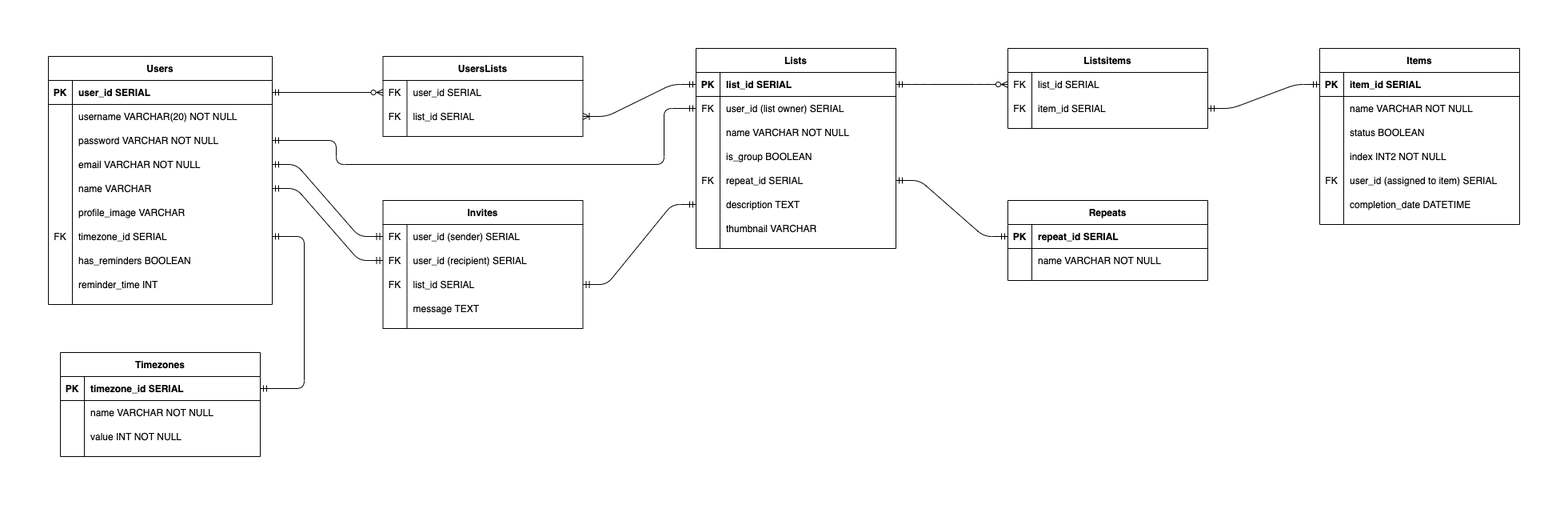
AndrewGregorovic/check_it keeps this draw.io diagram as docs/database/database_schema.png. Above is the earlier version. Source tidied: cells renumbered, new cells last; positions are measured from the earlier drawing's top-left corner, leaving out a move shared by most shapes.
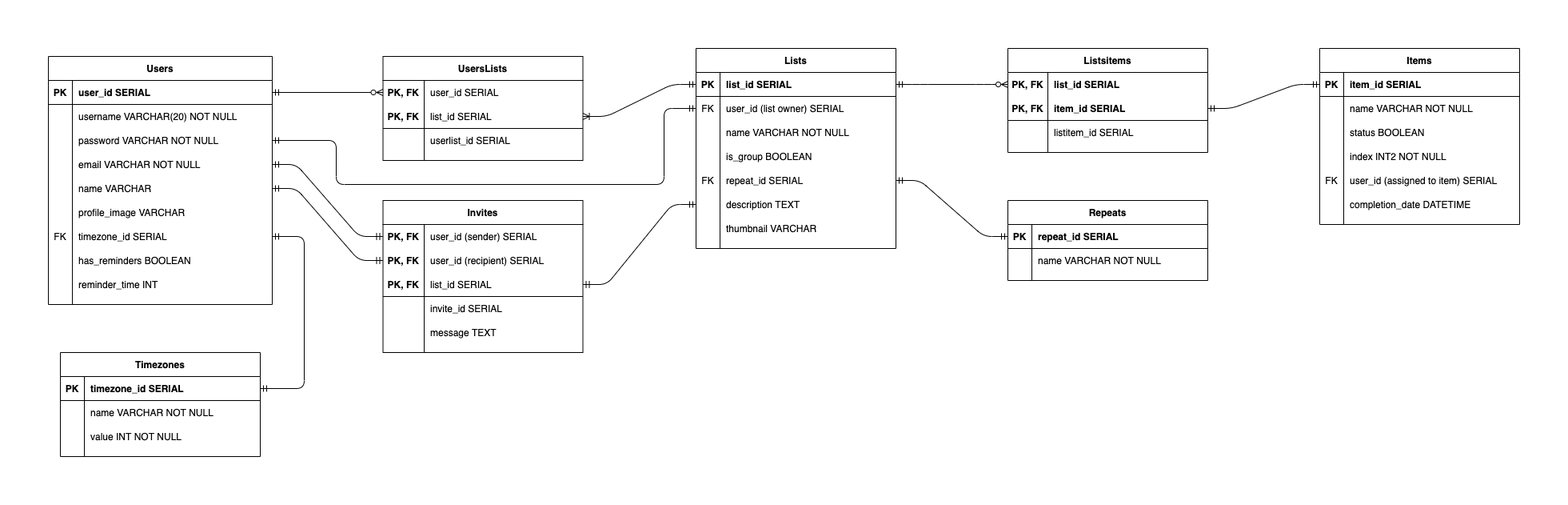
After the change.

Commit message:
Missed some things in schema image, fully updated swagger docs to reflect changes.

Diff of the diagram source:
```diff
@@ -69,26 +69,35 @@
       <mxGeometry x="30" width="220" height="30" as="geometry" />
     </mxCell>
     <mxCell id="24" value="Listsitems" style="shape=table;startSize=30;rowLines=0;fontStyle=1;align=center;" parent="1" vertex="1">
-      <mxGeometry x="1200" width="250" height="100" as="geometry" />
+      <mxGeometry x="1200" width="250" height="130" as="geometry" />
     </mxCell>
     <mxCell id="25" style="shape=partialRectangle;fillColor=none;points=[[0,0.5],[1,0.5]];portConstraint=eastwest;top=0;left=0;right=0;bottom=0;" parent="24" vertex="1">
       <mxGeometry y="30" width="250" height="30" as="geometry" />
     </mxCell>
-    <mxCell id="26" value="FK" style="shape=partialRectangle;overflow=hidden;fillColor=none;top=0;left=0;bottom=0;right=0;" parent="25" vertex="1">
-      <mxGeometry width="30" height="30" as="geometry" />
+    <mxCell id="26" value="PK, FK" style="shape=partialRectangle;overflow=hidden;fillColor=none;top=0;left=0;bottom=0;right=0;fontStyle=1;" parent="25" vertex="1">
+      <mxGeometry width="50" height="30" as="geometry" />
     </mxCell>
-    <mxCell id="27" value="list_id SERIAL" style="shape=partialRectangle;overflow=hidden;fillColor=none;top=0;left=0;bottom=0;right=0;align=left;spacingLeft=6;" parent="25" vertex="1">
-      <mxGeometry x="30" width="220" height="30" as="geometry" />
+    <mxCell id="27" value="list_id SERIAL" style="shape=partialRectangle;overflow=hidden;fillColor=none;top=0;left=0;bottom=0;right=0;align=left;spacingLeft=6;fontStyle=1;" parent="25" vertex="1">
+      <mxGeometry x="50" width="200" height="30" as="geometry" />
     </mxCell>
     <mxCell id="28" style="shape=partialRectangle;fillColor=none;points=[[0,0.5],[1,0.5]];portConstraint=eastwest;top=0;left=0;right=0;bottom=0;" parent="24" vertex="1">
       <mxGeometry y="60" width="250" height="30" as="geometry" />
     </mxCell>
-    <mxCell id="29" value="FK" style="shape=partialRectangle;overflow=hidden;fillColor=none;top=0;left=0;bottom=0;right=0;" parent="28" vertex="1">
-      <mxGeometry width="30" height="30" as="geometry" />
+    <mxCell id="29" value="PK, FK" style="shape=partialRectangle;overflow=hidden;fillColor=none;top=0;left=0;bottom=1;right=0;fontStyle=1;" parent="28" vertex="1">
+      <mxGeometry width="50" height="30" as="geometry" />
     </mxCell>
-    <mxCell id="30" value="item_id SERIAL" style="shape=partialRectangle;overflow=hidden;fillColor=none;top=0;left=0;bottom=0;right=0;align=left;spacingLeft=6;" parent="28" vertex="1">
-      <mxGeometry x="30" width="220" height="30" as="geometry" />
+    <mxCell id="30" value="item_id SERIAL" style="shape=partialRectangle;overflow=hidden;fillColor=none;top=0;left=0;bottom=1;right=0;align=left;spacingLeft=6;fontStyle=1;" parent="28" vertex="1">
+      <mxGeometry x="50" width="200" height="30" as="geometry" />
     </mxCell>
+    <mxCell id="125" style="shape=partialRectangle;fillColor=none;top=0;left=0;right=0;bottom=0;" parent="24" vertex="1">
+      <mxGeometry y="90" width="250" height="30" as="geometry" />
+    </mxCell>
+    <mxCell id="126" style="shape=partialRectangle;overflow=hidden;fillColor=none;top=0;left=0;bottom=0;right=0;fontStyle=1;" parent="125" vertex="1">
+      <mxGeometry width="50" height="30" as="geometry" />
+    </mxCell>
+    <mxCell id="127" value="listitem_id SERIAL" style="shape=partialRectangle;overflow=hidden;fillColor=none;top=0;left=0;bottom=0;right=0;align=left;spacingLeft=6;fontStyle=0;" parent="125" vertex="1">
+      <mxGeometry x="50" width="200" height="30" as="geometry" />
+    </mxCell>
     <mxCell id="31" value="Users" style="shape=table;startSize=30;rowLines=0;fontStyle=1;align=center;" parent="1" vertex="1">
       <mxGeometry y="10" width="280" height="310" as="geometry" />
     </mxCell>
@@ -240,64 +249,82 @@
       <mxGeometry relative="1" as="geometry" />
     </mxCell>
     <mxCell id="81" value="UsersLists" style="shape=table;startSize=30;rowLines=0;fontStyle=1;align=center;" parent="1" vertex="1">
-      <mxGeometry x="418.5" y="10" width="250" height="100" as="geometry" />
+      <mxGeometry x="418.5" y="10" width="250" height="130" as="geometry" />
     </mxCell>
     <mxCell id="82" style="shape=partialRectangle;fillColor=none;points=[[0,0.5],[1,0.5]];portConstraint=eastwest;top=0;left=0;right=0;bottom=0;" parent="81" vertex="1">
       <mxGeometry y="30" width="250" height="30" as="geometry" />
     </mxCell>
-    <mxCell id="83" value="FK" style="shape=partialRectangle;overflow=hidden;fillColor=none;top=0;left=0;bottom=0;right=0;" parent="82" vertex="1">
-      <mxGeometry width="30" height="30" as="geometry" />
+    <mxCell id="83" value="PK, FK" style="shape=partialRectangle;overflow=hidden;fillColor=none;top=0;left=0;bottom=0;right=0;fontStyle=1;" parent="82" vertex="1">
+      <mxGeometry width="51.5" height="30" as="geometry" />
     </mxCell>
     <mxCell id="84" value="user_id SERIAL" style="shape=partialRectangle;overflow=hidden;fillColor=none;top=0;left=0;bottom=0;right=0;align=left;spacingLeft=6;" parent="82" vertex="1">
-      <mxGeometry x="30" width="220" height="30" as="geometry" />
+      <mxGeometry x="51.5" width="198.5" height="30" as="geometry" />
     </mxCell>
     <mxCell id="85" style="shape=partialRectangle;fillColor=none;points=[[0,0.5],[1,0.5]];portConstraint=eastwest;top=0;left=0;right=0;bottom=0;" parent="81" vertex="1">
       <mxGeometry y="60" width="250" height="30" as="geometry" />
     </mxCell>
-    <mxCell id="86" value="FK" style="shape=partialRectangle;overflow=hidden;fillColor=none;top=0;left=0;bottom=0;right=0;" parent="85" vertex="1">
-      <mxGeometry width="30" height="30" as="geometry" />
+    <mxCell id="86" value="PK, FK" style="shape=partialRectangle;overflow=hidden;fillColor=none;top=0;left=0;bottom=1;right=0;fontStyle=1;" parent="85" vertex="1">
+      <mxGeometry width="51.5" height="30" as="geometry" />
     </mxCell>
-    <mxCell id="87" value="list_id SERIAL" style="shape=partialRectangle;overflow=hidden;fillColor=none;top=0;left=0;bottom=0;right=0;align=left;spacingLeft=6;" parent="85" vertex="1">
-      <mxGeometry x="30" width="220" height="30" as="geometry" />
+    <mxCell id="87" value="list_id SERIAL" style="shape=partialRectangle;overflow=hidden;fillColor=none;top=0;left=0;bottom=1;right=0;align=left;spacingLeft=6;" parent="85" vertex="1">
+      <mxGeometry x="51.5" width="198.5" height="30" as="geometry" />
     </mxCell>
+    <mxCell id="128" style="shape=partialRectangle;fillColor=none;top=0;left=0;right=0;bottom=0;" parent="81" vertex="1">
+      <mxGeometry y="90" width="250" height="30" as="geometry" />
+    </mxCell>
+    <mxCell id="129" style="shape=partialRectangle;overflow=hidden;fillColor=none;top=0;left=0;bottom=0;right=0;fontStyle=1;" parent="128" vertex="1">
+      <mxGeometry width="51.5" height="30" as="geometry" />
+    </mxCell>
+    <mxCell id="130" value="userlist_id SERIAL" style="shape=partialRectangle;overflow=hidden;fillColor=none;top=0;left=0;bottom=0;right=0;align=left;spacingLeft=6;" parent="128" vertex="1">
+      <mxGeometry x="51.5" width="198.5" height="30" as="geometry" />
+    </mxCell>
     <mxCell id="88" value="Invites" style="shape=table;startSize=30;rowLines=0;fontStyle=1;align=center;" parent="1" vertex="1">
-      <mxGeometry x="418.5" y="190" width="250" height="160" as="geometry" />
+      <mxGeometry x="418.5" y="190" width="250" height="190" as="geometry" />
     </mxCell>
     <mxCell id="89" style="shape=partialRectangle;fillColor=none;points=[[0,0.5],[1,0.5]];portConstraint=eastwest;top=0;left=0;right=0;bottom=0;" parent="88" vertex="1">
       <mxGeometry y="30" width="250" height="30" as="geometry" />
     </mxCell>
-    <mxCell id="90" value="FK" style="shape=partialRectangle;overflow=hidden;fillColor=none;top=0;left=0;bottom=0;right=0;" parent="89" vertex="1">
-      <mxGeometry width="30" height="30" as="geometry" />
+    <mxCell id="90" value="PK, FK" style="shape=partialRectangle;overflow=hidden;fillColor=none;top=0;left=0;bottom=0;right=0;fontStyle=1;" parent="89" vertex="1">
+      <mxGeometry width="51.5" height="30" as="geometry" />
     </mxCell>
     <mxCell id="91" value="user_id (sender) SERIAL" style="shape=partialRectangle;overflow=hidden;fillColor=none;top=0;left=0;bottom=0;right=0;align=left;spacingLeft=6;" parent="89" vertex="1">
-      <mxGeometry x="30" width="220" height="30" as="geometry" />
+      <mxGeometry x="51.5" width="198.5" height="30" as="geometry" />
     </mxCell>
     <mxCell id="92" style="shape=partialRectangle;fillColor=none;points=[[0,0.5],[1,0.5]];portConstraint=eastwest;top=0;left=0;right=0;bottom=0;" parent="88" vertex="1">
       <mxGeometry y="60" width="250" height="30" as="geometry" />
     </mxCell>
-    <mxCell id="93" value="FK" style="shape=partialRectangle;overflow=hidden;fillColor=none;top=0;left=0;bottom=0;right=0;" parent="92" vertex="1">
-      <mxGeometry width="30" height="30" as="geometry" />
+    <mxCell id="93" value="PK, FK" style="shape=partialRectangle;overflow=hidden;fillColor=none;top=0;left=0;bottom=0;right=0;fontStyle=1;" parent="92" vertex="1">
+      <mxGeometry width="51.5" height="30" as="geometry" />
     </mxCell>
     <mxCell id="94" value="user_id (recipient) SERIAL" style="shape=partialRectangle;overflow=hidden;fillColor=none;top=0;left=0;bottom=0;right=0;align=left;spacingLeft=6;" parent="92" vertex="1">
-      <mxGeometry x="30" width="220" height="30" as="geometry" />
+      <mxGeometry x="51.5" width="198.5" height="30" as="geometry" />
     </mxCell>
     <mxCell id="95" style="shape=partialRectangle;fillColor=none;points=[[0,0.5],[1,0.5]];portConstraint=eastwest;top=0;left=0;right=0;bottom=0;" parent="88" vertex="1">
       <mxGeometry y="90" width="250" height="30" as="geometry" />
     </mxCell>
-    <mxCell id="96" value="FK" style="shape=partialRectangle;overflow=hidden;fillColor=none;top=0;left=0;bottom=0;right=0;" parent="95" vertex="1">
-      <mxGeometry width="30" height="30" as="geometry" />
+    <mxCell id="96" value="PK, FK" style="shape=partialRectangle;overflow=hidden;fillColor=none;top=0;left=0;bottom=1;right=0;fontStyle=1;" parent="95" vertex="1">
+      <mxGeometry width="51.5" height="30" as="geometry" />
     </mxCell>
-    <mxCell id="97" value="list_id SERIAL" style="shape=partialRectangle;overflow=hidden;fillColor=none;top=0;left=0;bottom=0;right=0;align=left;spacingLeft=6;" parent="95" vertex="1">
-      <mxGeometry x="30" width="220" height="30" as="geometry" />
+    <mxCell id="97" value="list_id SERIAL" style="shape=partialRectangle;overflow=hidden;fillColor=none;top=0;left=0;bottom=1;right=0;align=left;spacingLeft=6;" parent="95" vertex="1">
+      <mxGeometry x="51.5" width="198.5" height="30" as="geometry" />
     </mxCell>
+    <mxCell id="131" style="shape=partialRectangle;fillColor=none;top=0;left=0;right=0;bottom=0;" parent="88" vertex="1">
+      <mxGeometry y="120" width="250" height="30" as="geometry" />
+    </mxCell>
+    <mxCell id="132" style="shape=partialRectangle;overflow=hidden;fillColor=none;top=0;left=0;bottom=0;right=0;" parent="131" vertex="1">
+      <mxGeometry width="51.5" height="30" as="geometry" />
+    </mxCell>
+    <mxCell id="133" value="invite_id SERIAL" style="shape=partialRectangle;overflow=hidden;fillColor=none;top=0;left=0;bottom=0;right=0;align=left;spacingLeft=6;" parent="131" vertex="1">
+      <mxGeometry x="51.5" width="198.5" height="30" as="geometry" />
+    </mxCell>
     <mxCell id="98" style="shape=partialRectangle;fillColor=none;top=0;left=0;right=0;bottom=0;" parent="88" vertex="1">
-      <mxGeometry y="120" width="250" height="30" as="geometry" />
+      <mxGeometry y="150" width="250" height="30" as="geometry" />
     </mxCell>
     <mxCell id="99" style="shape=partialRectangle;overflow=hidden;fillColor=none;top=0;left=0;bottom=0;right=0;" parent="98" vertex="1">
-      <mxGeometry width="30" height="30" as="geometry" />
+      <mxGeometry width="51.5" height="30" as="geometry" />
     </mxCell>
     <mxCell id="100" value="message TEXT" style="shape=partialRectangle;overflow=hidden;fillColor=none;top=0;left=0;bottom=0;right=0;align=left;spacingLeft=6;" parent="98" vertex="1">
-      <mxGeometry x="30" width="220" height="30" as="geometry" />
+      <mxGeometry x="51.5" width="198.5" height="30" as="geometry" />
     </mxCell>
     <mxCell id="101" value="Repeats" style="shape=table;startSize=30;rowLines=0;fontStyle=1;align=center;" parent="1" vertex="1">
       <mxGeometry x="1200" y="190" width="250" height="100" as="geometry" />
@@ -365,8 +392,8 @@
       <mxGeometry relative="1" as="geometry">
         <Array as="points">
           <mxPoint x="360" y="115" />
-          <mxPoint x="360" y="145" />
-          <mxPoint x="770" y="145" />
+          <mxPoint x="360" y="170" />
+          <mxPoint x="770" y="170" />
           <mxPoint x="770" y="75" />
         </Array>
       </mxGeometry>
```
